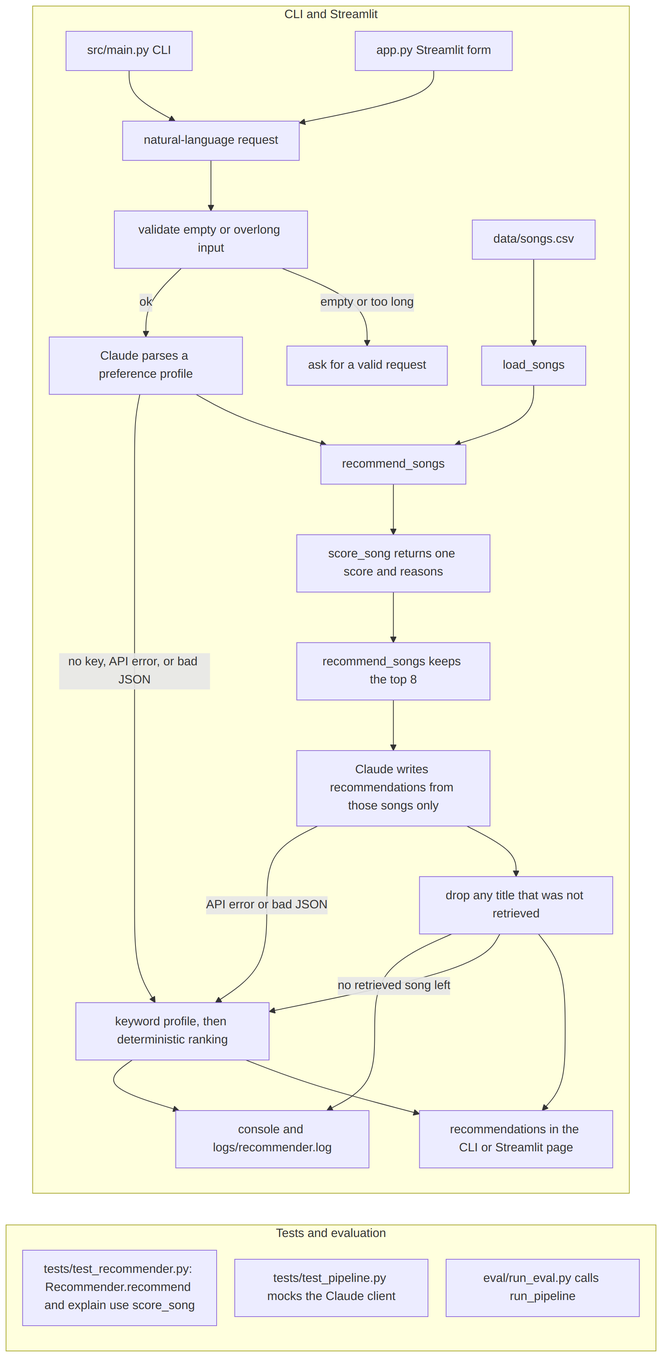
Above: assets/architecture.png in ThePurpleClub/applied-ai-system-project (Mermaid), before the change. Its source is kept beside it as diagrams/architecture.mmd.
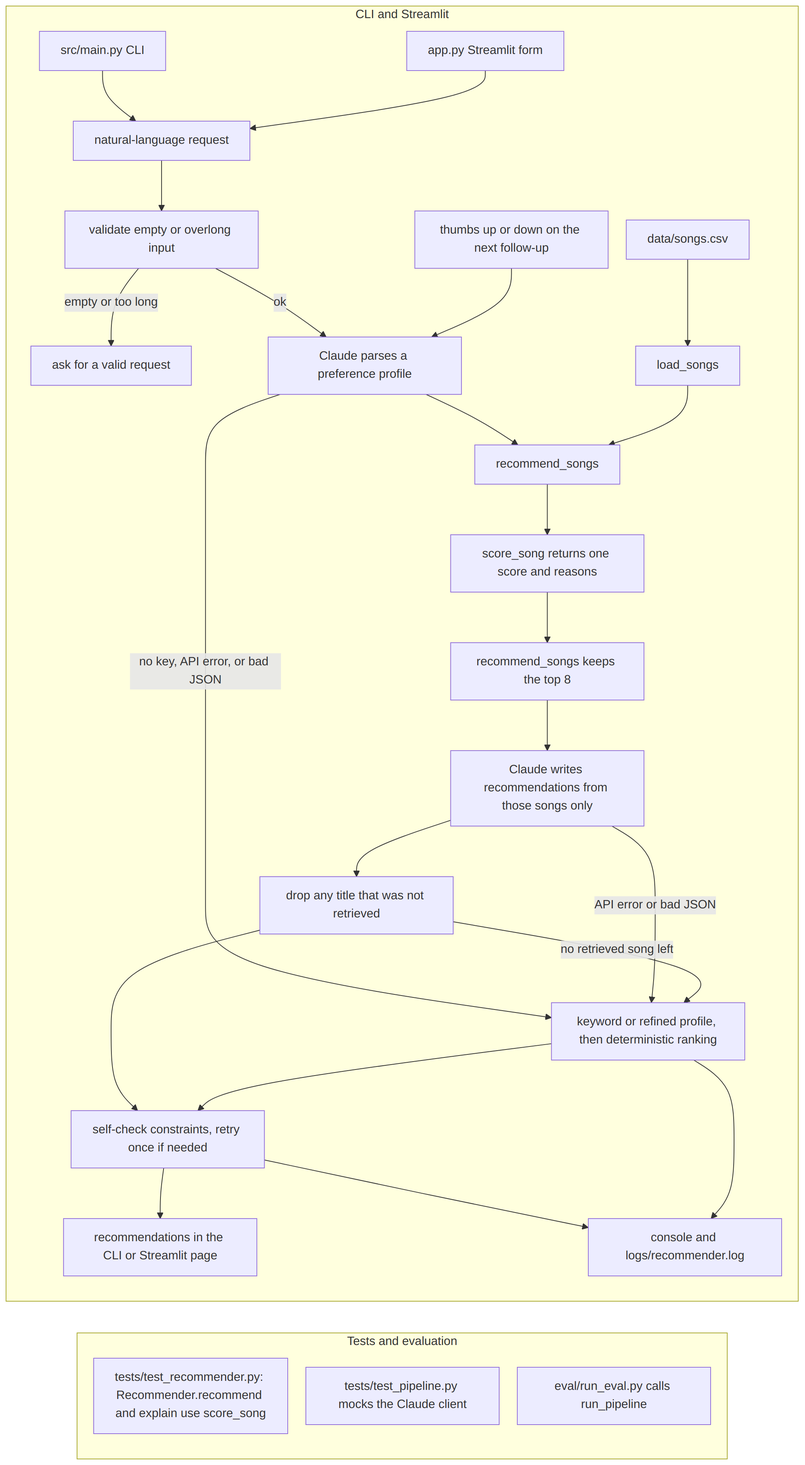
Above is the later version.

Commit message:
Add a richer Streamlit recommender with follow-ups and a self-check.

What changed in the source:
```diff
@@ -14,12 +14,14 @@
         score --> topn["recommend_songs keeps the top 8"]
         topn --> generate["Claude writes recommendations from those songs only"]
         generate --> guard["drop any title that was not retrieved"]
-        guard --> stdout["recommendations in the CLI or Streamlit page"]
-        parse -->|"no key, API error, or bad JSON"| fallback["keyword profile, then deterministic ranking"]
+        guard --> check["self-check constraints, retry once if needed"]
+        check --> stdout["recommendations in the CLI or Streamlit page"]
+        feedback["thumbs up or down on the next follow-up"] --> parse
+        parse -->|"no key, API error, or bad JSON"| fallback["keyword or refined profile, then deterministic ranking"]
         generate -->|"API error or bad JSON"| fallback
         guard -->|"no retrieved song left"| fallback
-        fallback --> stdout
-        guard --> logs["console and logs/recommender.log"]
+        fallback --> check
+        check --> logs["console and logs/recommender.log"]
         fallback --> logs
     end
 
```
